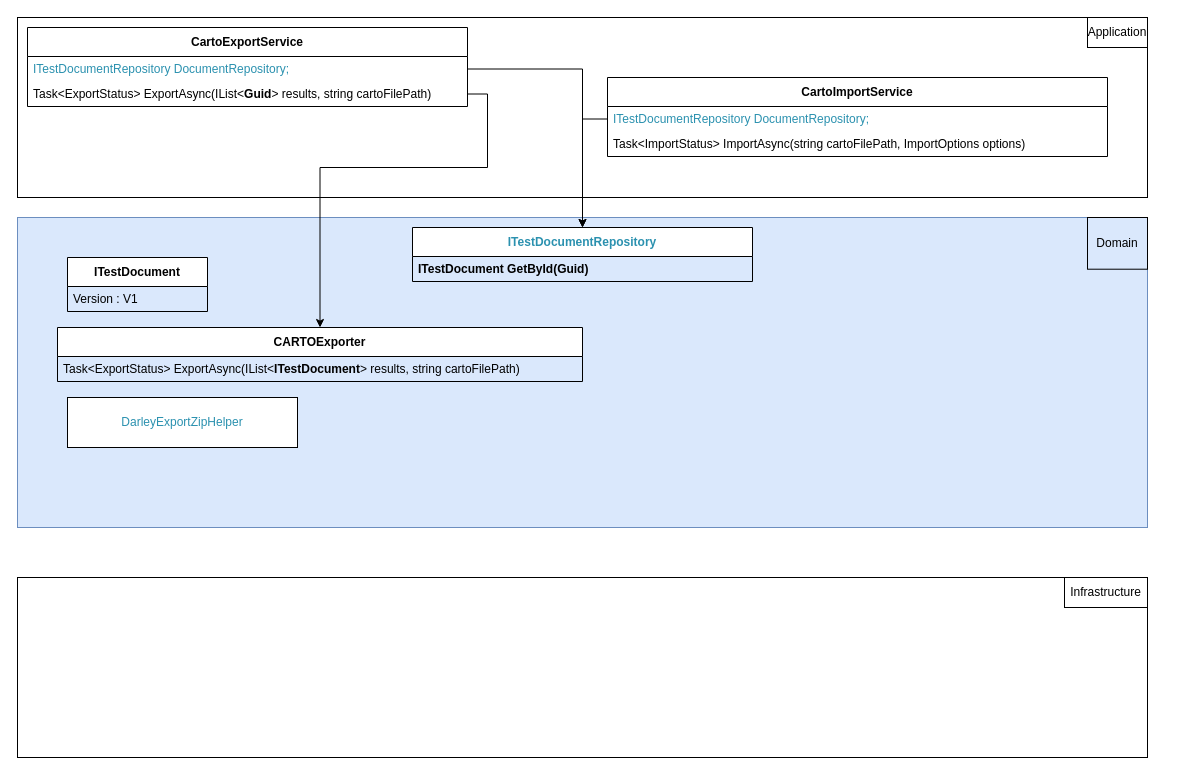
AmolSJawalkar/DrawIO keeps this draw.io diagram as Temp/Untitled Diagram.drawio. Above is the earlier version. Source tidied: cells renumbered, new cells numbered last; positions are measured from the earlier drawing's top-left corner, leaving out a move shared by most shapes. Both pictures are drawn from the tidied source at 100%, with x=0, y=0 at pixel (17, 17).
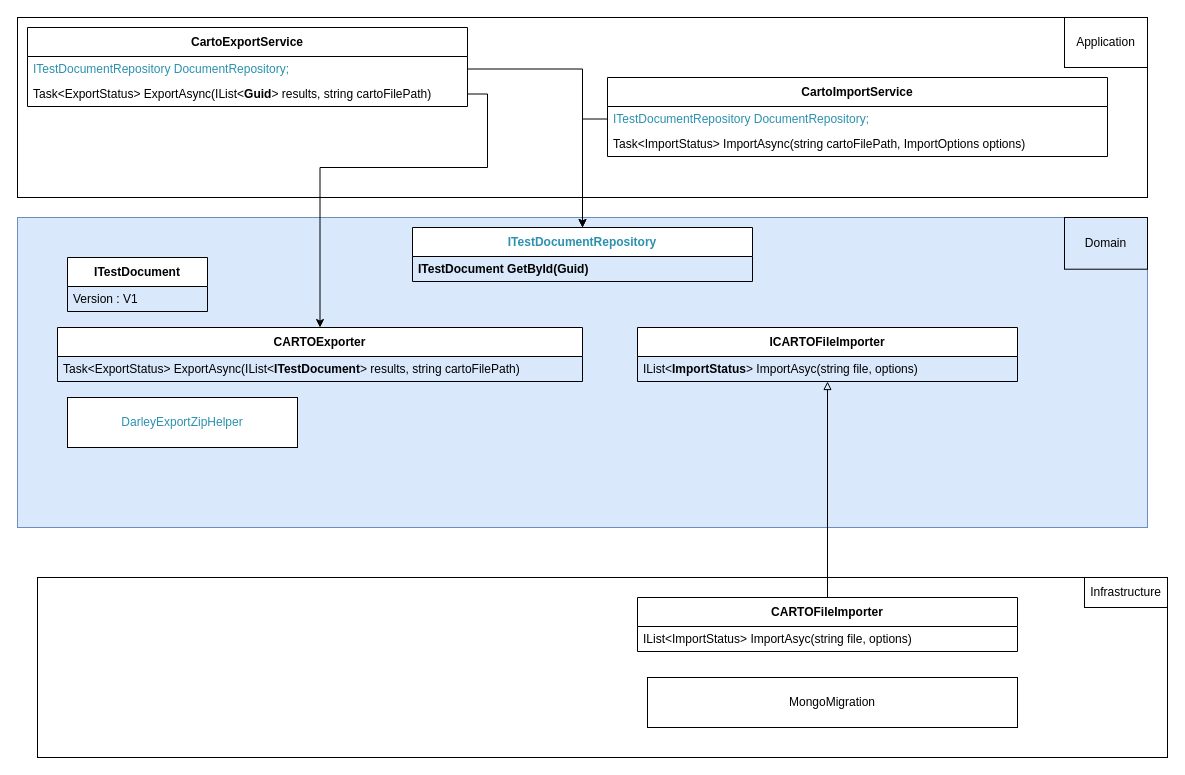
Above is the later version.

The change refers to these unchanged cells:
```xml
<mxCell id="5" style="group;" parent="1" vertex="1">
  <mxGeometry y="200" width="1130" height="310" as="geometry" />
</mxCell>
<mxCell id="11" style="group;" parent="1" vertex="1">
  <mxGeometry width="1130" height="180" as="geometry" />
</mxCell>
```

Diff of the diagram source:
```diff
@@
     <mxCell id="2" style="group;" parent="1" vertex="1">
-      <mxGeometry y="560" width="1130" height="180" as="geometry" />
+      <mxGeometry x="20" y="560" width="1130" height="180" as="geometry" />
     </mxCell>
@@
+    <mxCell id="27" value="CARTOFileImporter" style="swimlane;fontStyle=1;align=center;verticalAlign=middle;horizontal=1;startSize=29;html=1;whiteSpace=wrap;" parent="2" vertex="1">
+      <mxGeometry x="600" y="20" width="380" height="54" as="geometry" />
+    </mxCell>
+    <mxCell id="28" value="&lt;div style=&quot;text-align: center;&quot;&gt;&lt;span style=&quot;background-color: transparent; color: light-dark(rgb(0, 0, 0), rgb(255, 255, 255));&quot;&gt;IList&amp;lt;ImportStatus&lt;/span&gt;&lt;span style=&quot;background-color: transparent; color: light-dark(rgb(0, 0, 0), rgb(255, 255, 255));&quot;&gt;&amp;gt; ImportAsyc(string file, options)&lt;/span&gt;&lt;/div&gt;" style="text;html=1;strokeColor=none;fillColor=none;align=left;verticalAlign=middle;spacingLeft=4;spacingRight=4;overflow=hidden;whiteSpace=wrap;" parent="27" vertex="1">
+      <mxGeometry y="29" width="380" height="25" as="geometry" />
+    </mxCell>
+    <mxCell id="29" value="MongoMigration" style="html=1;whiteSpace=wrap;" parent="2" vertex="1">
+      <mxGeometry x="610" y="100" width="370" height="50" as="geometry" />
+    </mxCell>
@@
     <mxCell id="7" value="Domain" style="text;html=1;whiteSpace=wrap;strokeColor=default;fillColor=none;align=center;verticalAlign=middle;rounded=0;" parent="5" vertex="1">
-      <mxGeometry x="1070" width="60" height="51.7" as="geometry" />
+      <mxGeometry x="1047" width="83" height="51.7" as="geometry" />
     </mxCell>
@@
+    <mxCell id="30" value="ICARTOFileImporter" style="swimlane;fontStyle=1;align=center;verticalAlign=middle;horizontal=1;startSize=29;html=1;whiteSpace=wrap;" parent="5" vertex="1">
+      <mxGeometry x="620" y="110" width="380" height="54" as="geometry" />
+    </mxCell>
+    <mxCell id="31" value="&lt;div style=&quot;text-align: center;&quot;&gt;&lt;span style=&quot;background-color: transparent; color: light-dark(rgb(0, 0, 0), rgb(255, 255, 255));&quot;&gt;IList&amp;lt;&lt;b&gt;ImportStatus&lt;/b&gt;&lt;/span&gt;&lt;span style=&quot;background-color: transparent; color: light-dark(rgb(0, 0, 0), rgb(255, 255, 255));&quot;&gt;&amp;gt; ImportAsyc(string file, options)&lt;/span&gt;&lt;/div&gt;" style="text;html=1;strokeColor=none;fillColor=none;align=left;verticalAlign=middle;spacingLeft=4;spacingRight=4;overflow=hidden;whiteSpace=wrap;" parent="30" vertex="1">
+      <mxGeometry y="29" width="380" height="25" as="geometry" />
+    </mxCell>
@@
     <mxCell id="13" value="Application" style="text;html=1;whiteSpace=wrap;strokeColor=default;fillColor=none;align=center;verticalAlign=middle;rounded=0;" parent="11" vertex="1">
-      <mxGeometry x="1070" width="60" height="30" as="geometry" />
+      <mxGeometry x="1047" width="83" height="50" as="geometry" />
     </mxCell>
@@
+    <mxCell id="32" style="edgeStyle=orthogonalEdgeStyle;rounded=0;jettySize=auto;html=1;endArrow=block;endFill=0;" parent="1" edge="1" source="27" target="30">
+      <mxGeometry relative="1" as="geometry" />
+    </mxCell>
```
